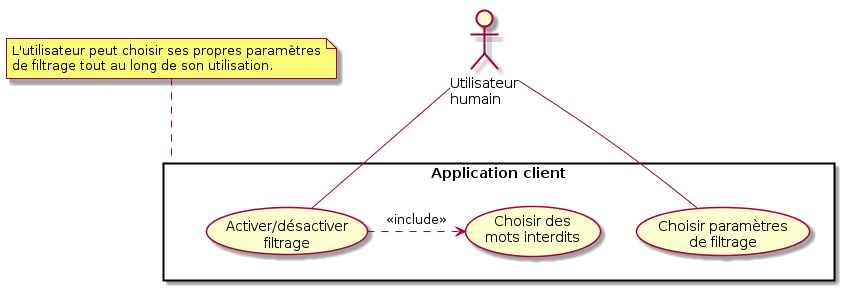
The PlantUML diagram DS/images/uc-parametrerFiltrage.png in gdarchen/WhatsASI, before a commit.
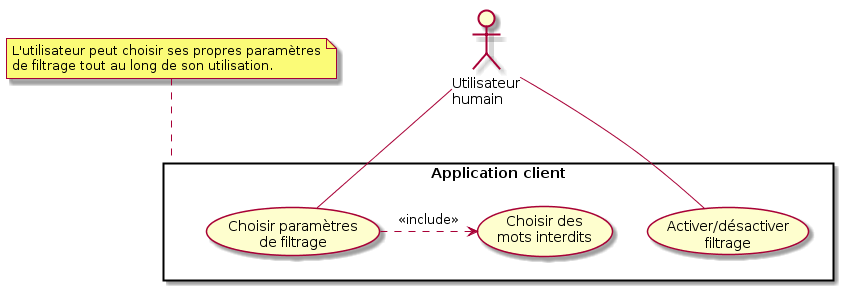
After the change.

What changed in the source:
```diff
@@ -14,5 +14,5 @@
 
 U1 -- (UC1)
 U1 -- (UC2)
-(UC1) .right.> (UC3) : <<include>>
+(UC2) .right.> (UC3) : <<include>>
 @enduml
```
